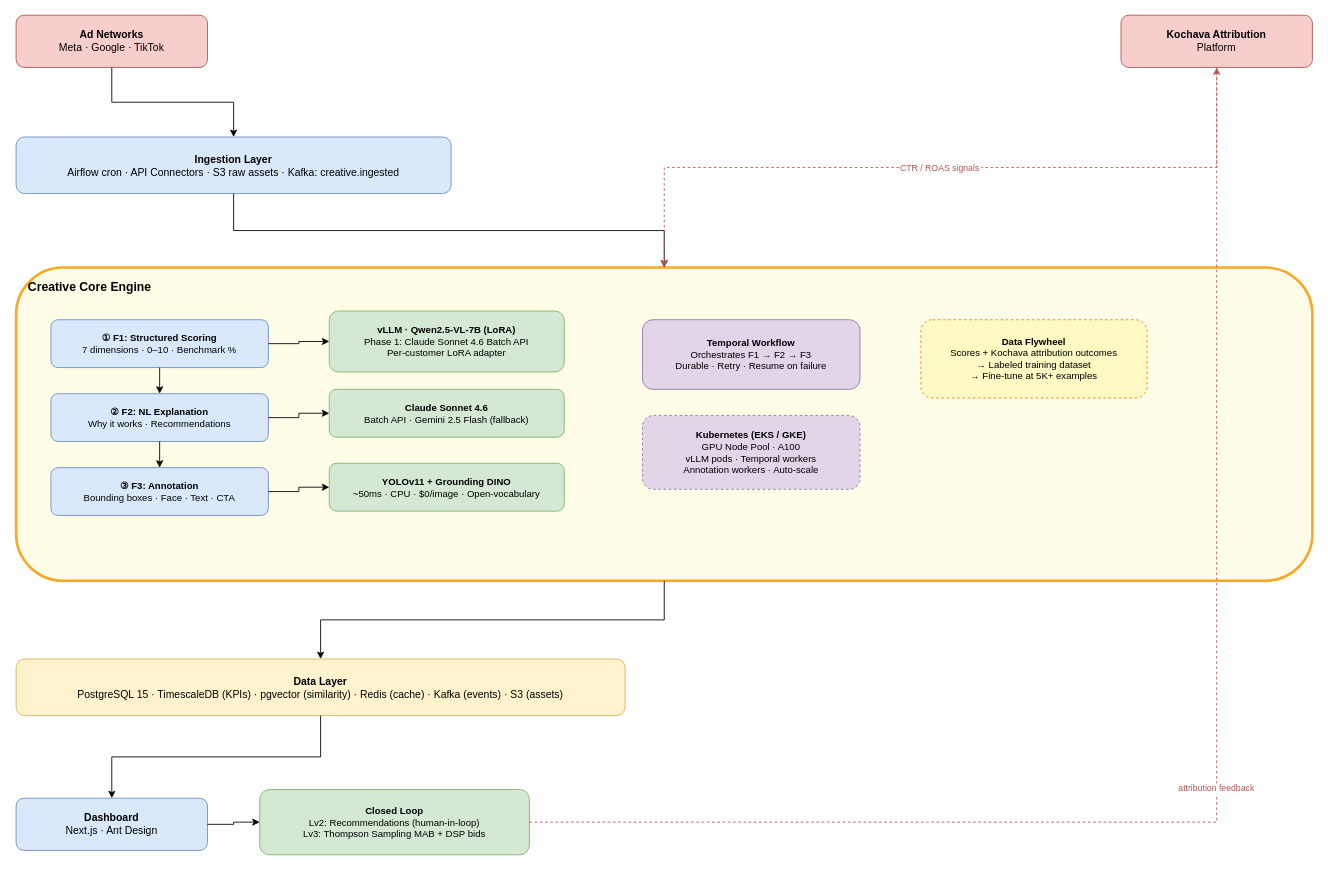
Earlier version of the draw.io diagram page "Executive Overview" (1 of 2) of docs/creative-core-engine.drawio (mayank-kochava/creative-optimization). Source tidied: cells renumbered, new cells numbered last; positions are measured from the earlier drawing's top-left corner, leaving out a move shared by most shapes. Both pictures are drawn from the tidied source at 87%, with x=0, y=0 at pixel (16, 15).
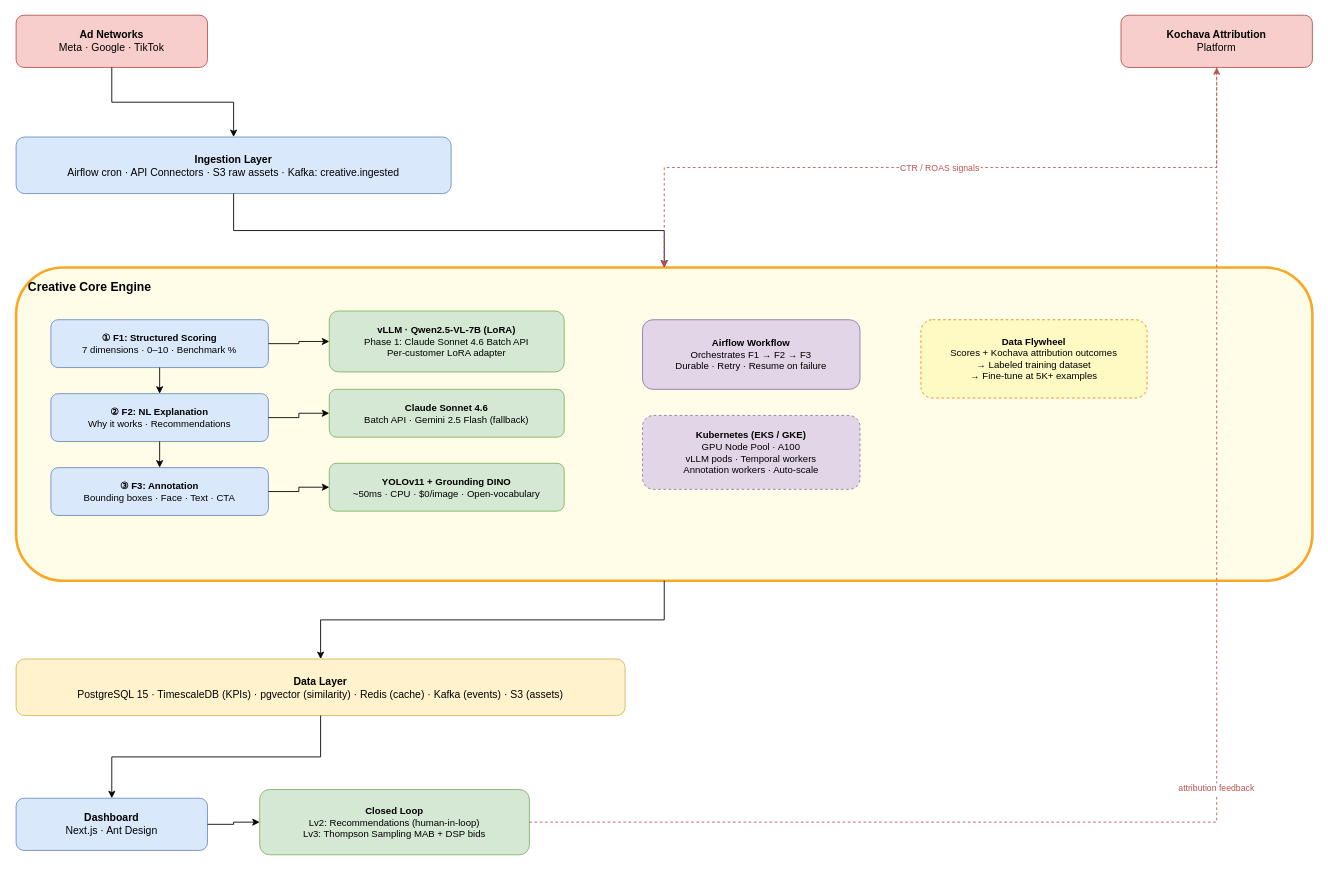
The same page after the edit.

The edit, as a diff of the source:
```diff
@@
-    <mxCell id="12" value="&lt;b&gt;Temporal Workflow&lt;/b&gt;&lt;br&gt;Orchestrates F1 → F2 → F3&lt;br&gt;Durable · Retry · Resume on failure" style="rounded=1;whiteSpace=wrap;html=1;fillColor=#e1d5e7;strokeColor=#9673a6;fontSize=11;" parent="1" vertex="1">
+    <mxCell id="12" value="&lt;b&gt;Airflow Workflow&lt;/b&gt;&lt;br&gt;Orchestrates F1 → F2 → F3&lt;br&gt;Durable · Retry · Resume on failure" style="rounded=1;whiteSpace=wrap;html=1;fillColor=#e1d5e7;strokeColor=#9673a6;fontSize=11;" parent="1" vertex="1">
       <mxGeometry x="720" y="350" width="250" height="80" as="geometry" />
     </mxCell>
```
